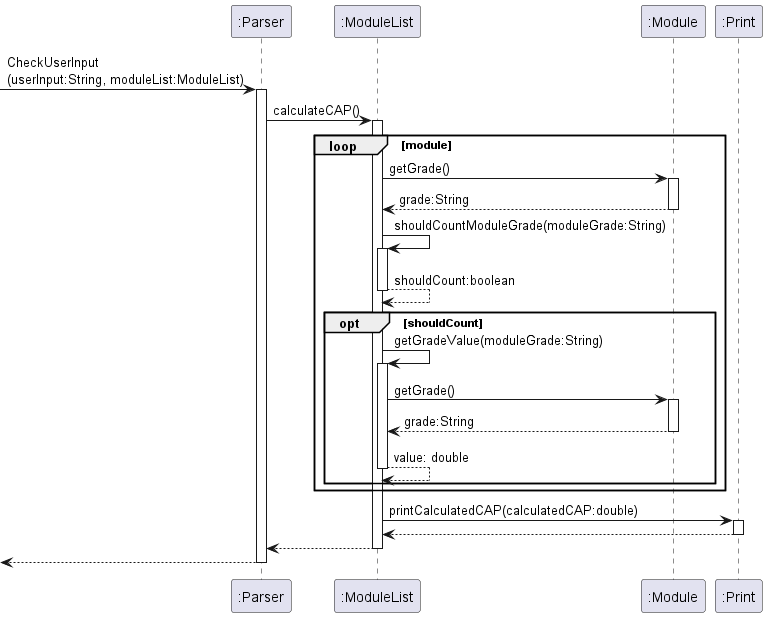
saintzaw/tp keeps this PlantUML diagram as docs/diagrams/CalculateCAP.png. Above is the earlier version.
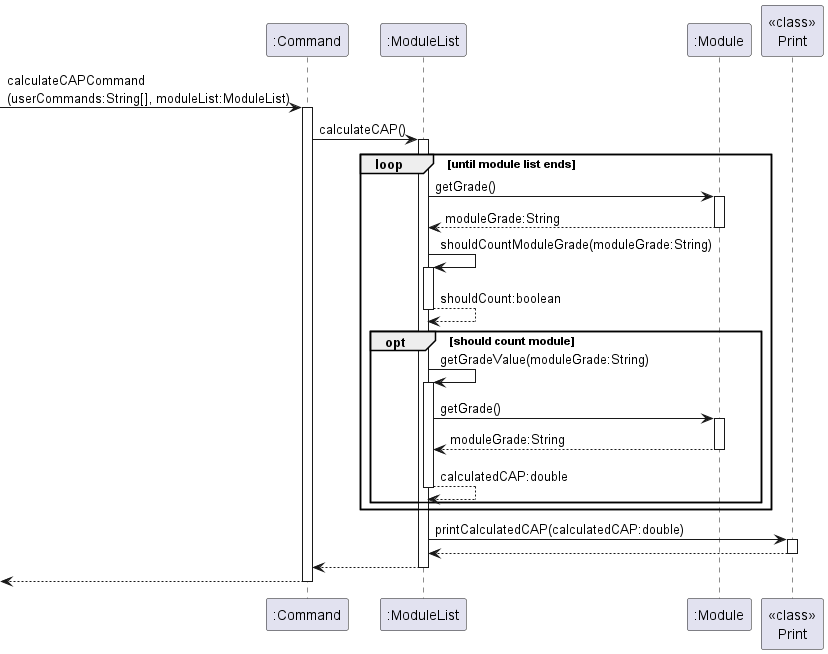
The same file after the commit.

Commit message:
update calculatecap command diagram

What changed in the source:
```diff
@@ -1,41 +1,42 @@
 @startuml
 
-participant ":Parser" as Parser
+participant ":Command" as Command
 participant ":ModuleList" as ML
 participant ":Module" as Mod
-participant ":Print" as Print
-[->Parser : CheckUserInput\n(userInput:String, moduleList:ModuleList)
-activate Parser
-Parser->ML : calculateCAP()
+participant "<<class>>\nPrint" as Print
+[->Command : calculateCAPCommand\n(userCommands:String[], moduleList:ModuleList)
+activate Command
+Command->ML : calculateCAP()
+
 activate ML
-loop module
+loop until module list ends
     ML -> Mod : getGrade()
     activate Mod
-    Mod --> ML : grade:String
+    Mod --> ML : moduleGrade:String
     deactivate Mod
     ML -> ML : shouldCountModuleGrade(moduleGrade:String)
     activate ML
-    ML-->ML : shouldCount:boolean
+    ML --> ML : shouldCount:boolean
     deactivate ML
-    opt shouldCount
+    opt should count module
         ML -> ML : getGradeValue(moduleGrade:String)
         activate ML
         ML -> Mod : getGrade()
         activate Mod
-        Mod --> ML : grade:String
+        Mod --> ML : moduleGrade:String
         deactivate Mod
-        ML --> ML : value: double
+        ML --> ML : calculatedCAP:double
         deactivate ML
-
     end
 end
     ML -> Print : printCalculatedCAP(calculatedCAP:double)
     activate Print
     Print --> ML
     deactivate Print
-ML --> Parser
+
+ML --> Command
 deactivate ML
-Parser-->[
-deactivate Parser
+Command-->[
+deactivate Command
 
 @enduml
```
